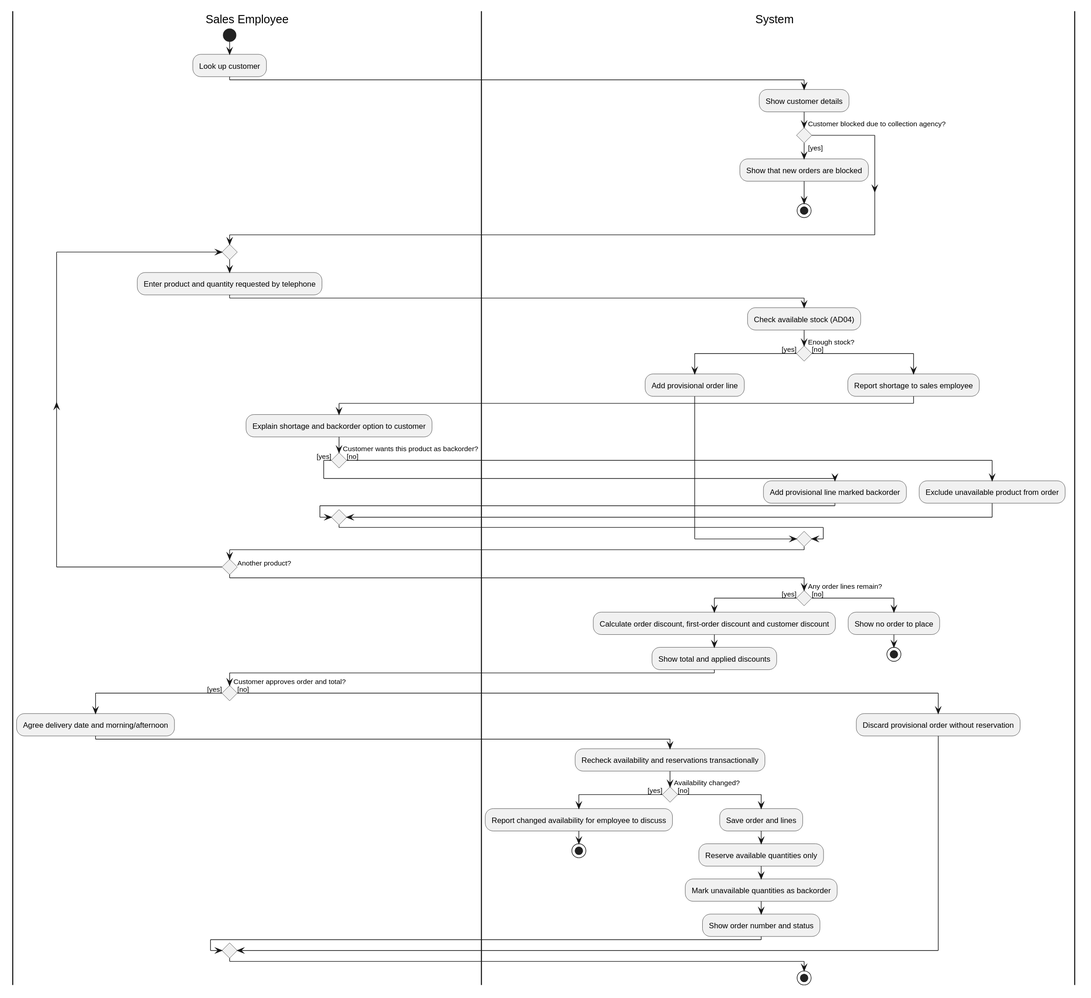
ViktorQorri/Project-Timaflu keeps this PlantUML diagram as Documentation/Architecture/uml/export/activity_diagrams/AD05_Enter_order.svg. Above is the earlier version.
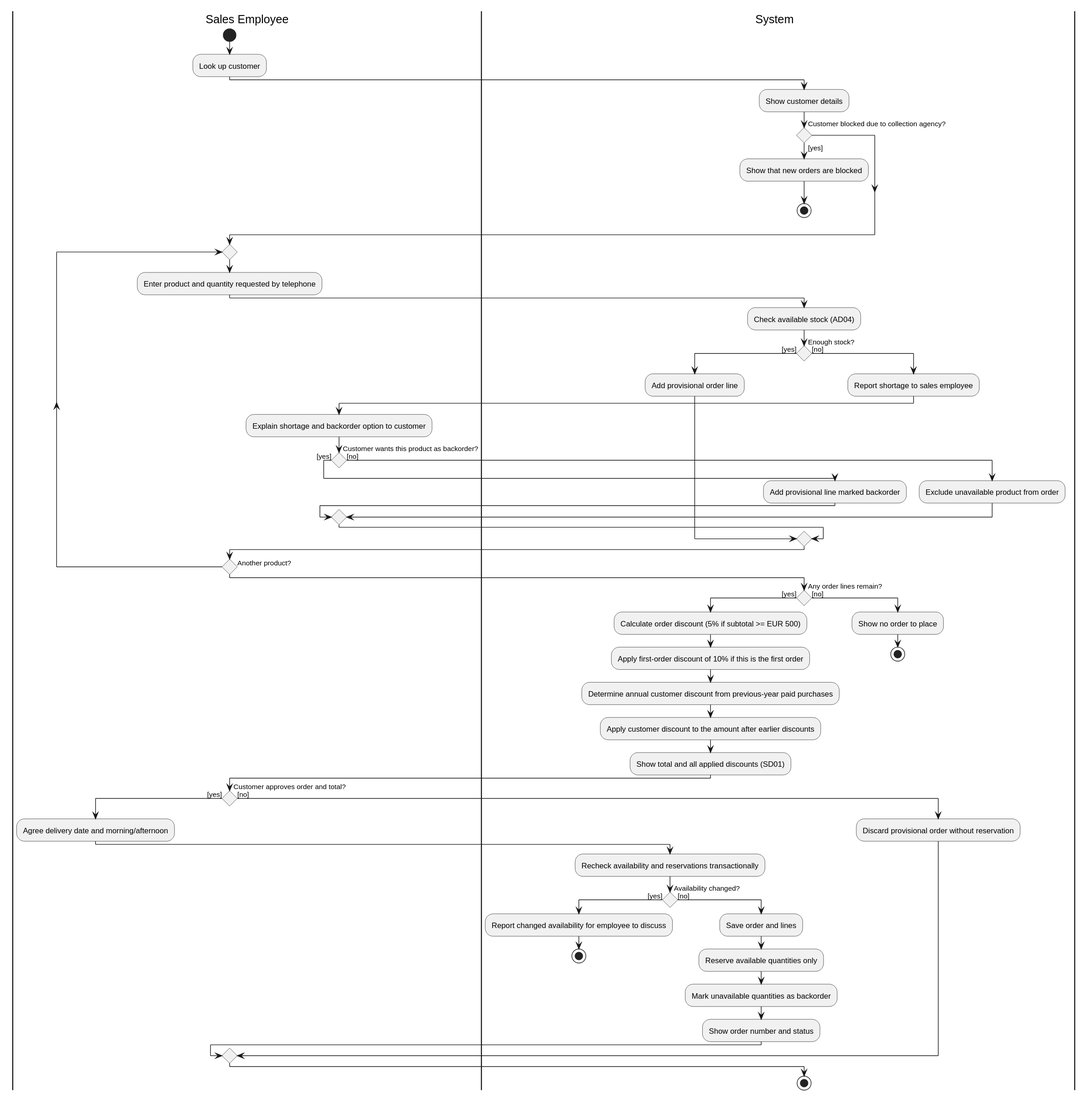
Above is the later version.

Commit message:
Align AD05 discount sequence with assessed case and SD01

What changed in the source:
```diff
@@ -35,8 +35,11 @@
 repeat while (Another product?) is ([yes])
 |System|
 if (Any order lines remain?) then ([yes])
-  :Calculate order discount, first-order discount and customer discount;
-  :Show total and applied discounts;
+  :Calculate order discount (5% if subtotal >= EUR 500);
+  :Apply first-order discount of 10% if this is the first order;
+  :Determine annual customer discount from previous-year paid purchases;
+  :Apply customer discount to the amount after earlier discounts;
+  :Show total and all applied discounts (SD01);
 else ([no])
   :Show no order to place;
   stop
```
